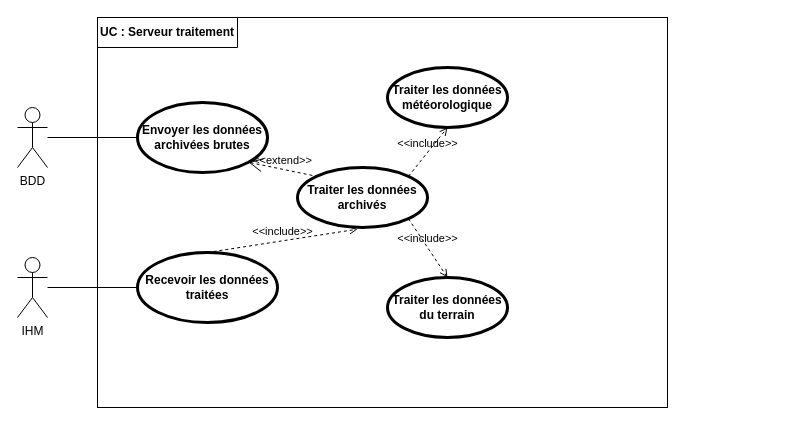
This is documentation/Use_case_Serveur traitement.drawio from ToGen49/Hippodrome, a draw.io file, before an edit. Source tidied: cells renumbered, new cells numbered last; positions are measured from the earlier drawing's top-left corner, leaving out a move shared by most shapes. Both pictures are drawn from the tidied source at 100%, with x=0, y=0 at pixel (17, 17).
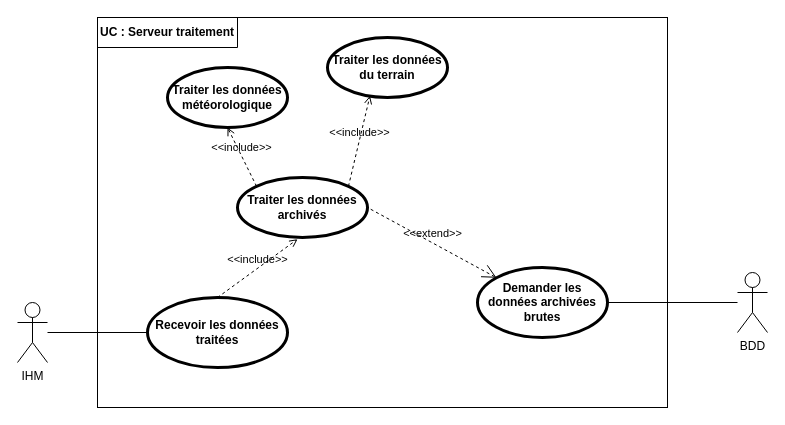
After the change.

Commit message (it also covers changes not shown here):
Mettre à jour Use_case_Serveur traitement.drawio

The edit, as a diff of the source:
```diff
@@
 <mxGraphModel>
   <root>
     <mxCell id="0" />
     <mxCell id="1" parent="0" />
     <mxCell id="2" style="rounded=0;whiteSpace=wrap;html=1;" parent="1" vertex="1">
       <mxGeometry x="80" width="570" height="390" as="geometry" />
     </mxCell>
     <mxCell id="3" value="BDD" style="shape=umlActor;verticalLabelPosition=bottom;verticalAlign=top;html=1;outlineConnect=0;" parent="1" vertex="1">
-      <mxGeometry y="90" width="30" height="60" as="geometry" />
+      <mxGeometry x="720" y="255" width="30" height="60" as="geometry" />
     </mxCell>
     <mxCell id="4" value="&lt;b&gt;UC : Serveur traitement&lt;/b&gt;" style="shape=partialRectangle;whiteSpace=wrap;html=1;top=0;left=0;fillColor=none;" parent="1" vertex="1">
       <mxGeometry x="80" width="140" height="30" as="geometry" />
     </mxCell>
     <mxCell id="5" value="IHM" style="shape=umlActor;verticalLabelPosition=bottom;verticalAlign=top;html=1;outlineConnect=0;" parent="1" vertex="1">
-      <mxGeometry y="240" width="30" height="60" as="geometry" />
+      <mxGeometry y="285" width="30" height="60" as="geometry" />
     </mxCell>
     <mxCell id="6" style="endArrow=none;html=1;rounded=0;exitX=0;exitY=0.5;exitDx=0;exitDy=0;" parent="1" edge="1" source="9" target="5">
       <mxGeometry relative="1" as="geometry" />
     </mxCell>
-    <mxCell id="7" value="Envoyer les données archivées brutes" style="shape=ellipse;html=1;strokeWidth=3;fontStyle=1;whiteSpace=wrap;align=center;perimeter=ellipsePerimeter;" parent="1" vertex="1">
-      <mxGeometry x="120" y="85" width="130" height="70" as="geometry" />
+    <mxCell id="7" value="Demander les données archivées brutes" style="shape=ellipse;html=1;strokeWidth=3;fontStyle=1;whiteSpace=wrap;align=center;perimeter=ellipsePerimeter;" parent="1" vertex="1">
+      <mxGeometry x="460" y="250" width="130" height="70" as="geometry" />
     </mxCell>
     <mxCell id="8" style="edgeStyle=none;html=1;endArrow=none;verticalAlign=bottom;rounded=0;" parent="1" edge="1" source="3" target="7">
       <mxGeometry relative="1" as="geometry" />
     </mxCell>
     <mxCell id="9" value="Recevoir les données traitées" style="shape=ellipse;html=1;strokeWidth=3;fontStyle=1;whiteSpace=wrap;align=center;perimeter=ellipsePerimeter;" parent="1" vertex="1">
-      <mxGeometry x="120" y="235" width="140" height="70" as="geometry" />
+      <mxGeometry x="130" y="280" width="140" height="70" as="geometry" />
     </mxCell>
     <mxCell id="10" value="Traiter les données météorologique" style="shape=ellipse;html=1;strokeWidth=3;fontStyle=1;whiteSpace=wrap;align=center;perimeter=ellipsePerimeter;" parent="1" vertex="1">
-      <mxGeometry x="370" y="50" width="120" height="60" as="geometry" />
+      <mxGeometry x="150" y="50" width="120" height="60" as="geometry" />
     </mxCell>
     <mxCell id="11" value="Traiter les données archivés" style="shape=ellipse;html=1;strokeWidth=3;fontStyle=1;whiteSpace=wrap;align=center;perimeter=ellipsePerimeter;" parent="1" vertex="1">
-      <mxGeometry x="280" y="150" width="130" height="60" as="geometry" />
+      <mxGeometry x="220" y="160" width="130" height="60" as="geometry" />
     </mxCell>
     <mxCell id="12" value="Traiter les données du terrain" style="shape=ellipse;html=1;strokeWidth=3;fontStyle=1;whiteSpace=wrap;align=center;perimeter=ellipsePerimeter;" parent="1" vertex="1">
-      <mxGeometry x="370" y="260" width="120" height="60" as="geometry" />
+      <mxGeometry x="310" y="20" width="120" height="60" as="geometry" />
     </mxCell>
-    <mxCell id="13" value="&amp;lt;&amp;lt;extend&amp;gt;&amp;gt;" style="edgeStyle=none;html=1;startArrow=open;endArrow=none;startSize=12;verticalAlign=bottom;dashed=1;labelBackgroundColor=none;rounded=0;exitX=1;exitY=1;exitDx=0;exitDy=0;entryX=0;entryY=0;entryDx=0;entryDy=0;" parent="1" edge="1" source="7" target="11">
+    <mxCell id="13" value="&amp;lt;&amp;lt;extend&amp;gt;&amp;gt;" style="edgeStyle=none;html=1;startArrow=open;endArrow=none;startSize=12;verticalAlign=bottom;dashed=1;labelBackgroundColor=none;rounded=0;exitX=0;exitY=0;exitDx=0;exitDy=0;entryX=1;entryY=0.5;entryDx=0;entryDy=0;" parent="1" edge="1" source="7" target="11">
       <mxGeometry relative="1" as="geometry" />
     </mxCell>
     <mxCell id="14" value="&amp;lt;&amp;lt;include&amp;gt;&amp;gt;" style="edgeStyle=none;html=1;endArrow=open;verticalAlign=bottom;dashed=1;labelBackgroundColor=none;rounded=0;exitX=0.5;exitY=0;exitDx=0;exitDy=0;entryX=0.462;entryY=1.028;entryDx=0;entryDy=0;entryPerimeter=0;" parent="1" edge="1" source="9" target="11">
       <mxGeometry relative="1" as="geometry" />
     </mxCell>
-    <mxCell id="15" value="&amp;lt;&amp;lt;include&amp;gt;&amp;gt;" style="edgeStyle=none;html=1;endArrow=open;verticalAlign=bottom;dashed=1;labelBackgroundColor=none;rounded=0;entryX=0.5;entryY=1;entryDx=0;entryDy=0;exitX=1;exitY=0;exitDx=0;exitDy=0;" parent="1" edge="1" source="11" target="10">
+    <mxCell id="15" value="&amp;lt;&amp;lt;include&amp;gt;&amp;gt;" style="edgeStyle=none;html=1;endArrow=open;verticalAlign=bottom;dashed=1;labelBackgroundColor=none;rounded=0;entryX=0.5;entryY=1;entryDx=0;entryDy=0;exitX=0;exitY=0;exitDx=0;exitDy=0;" parent="1" edge="1" source="11" target="10">
       <mxGeometry relative="1" as="geometry" />
     </mxCell>
-    <mxCell id="16" value="&amp;lt;&amp;lt;include&amp;gt;&amp;gt;" style="edgeStyle=none;html=1;endArrow=open;verticalAlign=bottom;dashed=1;labelBackgroundColor=none;rounded=0;entryX=0.5;entryY=0;entryDx=0;entryDy=0;exitX=1;exitY=1;exitDx=0;exitDy=0;" parent="1" edge="1" source="11" target="12">
+    <mxCell id="16" value="&amp;lt;&amp;lt;include&amp;gt;&amp;gt;" style="edgeStyle=none;html=1;endArrow=open;verticalAlign=bottom;dashed=1;labelBackgroundColor=none;rounded=0;entryX=0.354;entryY=0.972;entryDx=0;entryDy=0;exitX=1;exitY=0;exitDx=0;exitDy=0;entryPerimeter=0;" parent="1" edge="1" source="11" target="12">
       <mxGeometry relative="1" as="geometry" />
     </mxCell>
   </root>
 </mxGraphModel>
```
